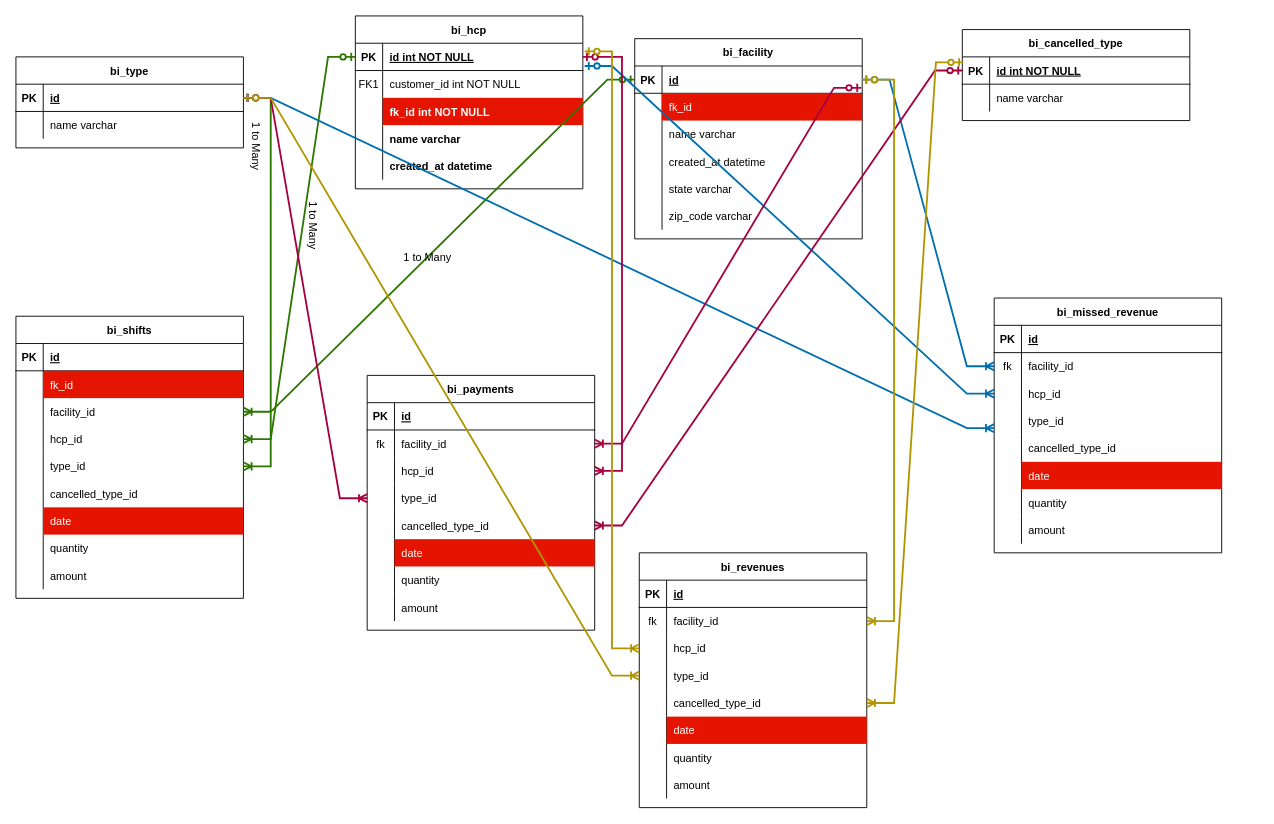
Earlier version of the draw.io diagram Untitled Diagram.drawio (venkatnr/ybm). Source tidied: cells renumbered, new cells numbered last; positions are measured from the earlier drawing's top-left corner, leaving out a move shared by most shapes. Both pictures are drawn from the tidied source at 91%, with x=0, y=0 at pixel (15, 15).
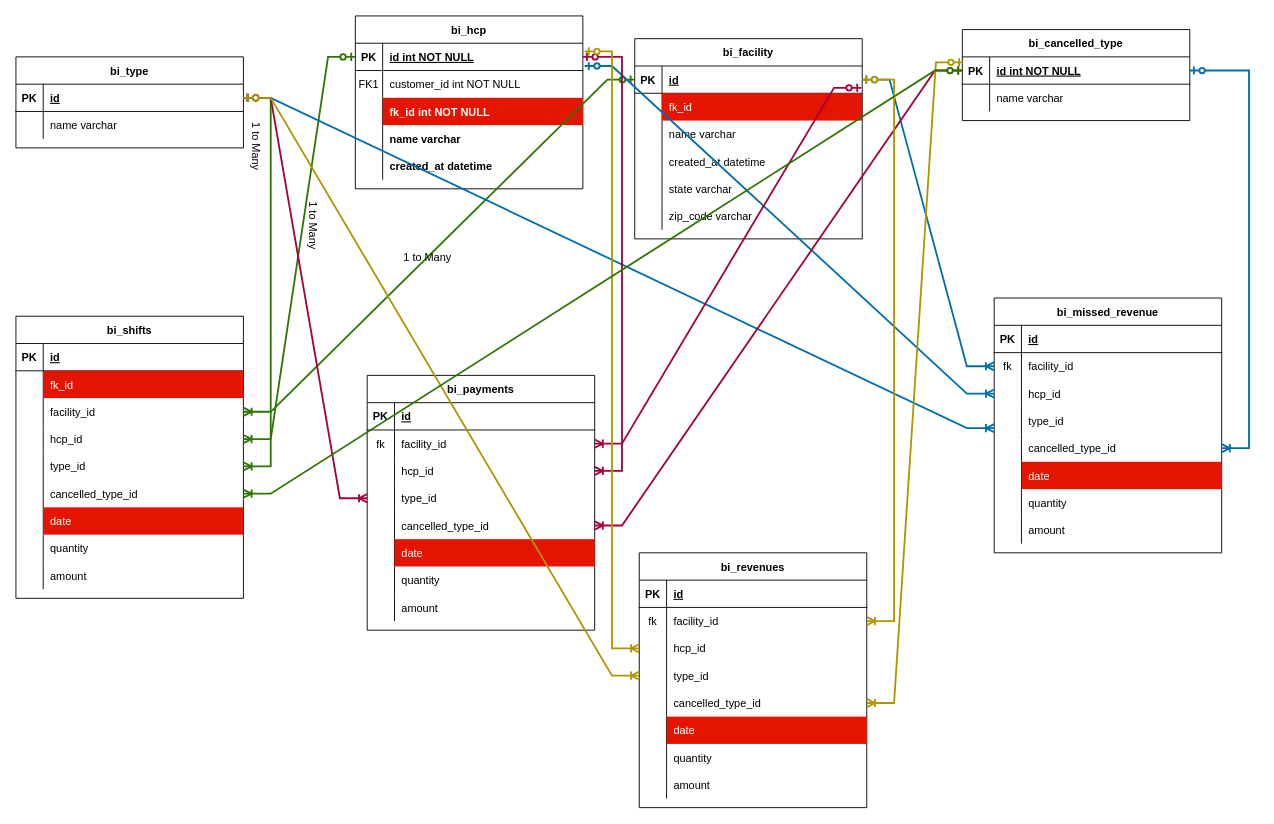
Above is the later version.

Unchanged cells that the change refers to:
```xml
<mxCell id="19" style="shape=partialRectangle;fillColor=none;points=[[0,0.5],[1,0.5]];portConstraint=eastwest;top=0;left=0;right=0;bottom=1;" parent="18" vertex="1">
  <mxGeometry y="30" width="250" height="30" as="geometry" />
</mxCell>
<mxCell id="67" style="shape=partialRectangle;fillColor=none;points=[[0,0.5],[1,0.5]];portConstraint=eastwest;top=0;left=0;right=0;bottom=0;" parent="51" vertex="1">
  <mxGeometry y="180" width="250" height="30" as="geometry" />
</mxCell>
<mxCell id="92" style="shape=partialRectangle;fillColor=none;points=[[0,0.5],[1,0.5]];portConstraint=eastwest;top=0;left=0;right=0;bottom=0;" parent="79" vertex="1">
  <mxGeometry y="150" width="250" height="30" as="geometry" />
</mxCell>
```

What changed in the source:
```diff
@@
+    <mxCell id="171" style="edgeStyle=entityRelationEdgeStyle;fontSize=12;html=1;endArrow=ERoneToMany;startArrow=ERzeroToOne;rounded=0;strokeWidth=2;fillColor=#60a917;strokeColor=#2D7600;" parent="1" edge="1" source="19" target="67">
+      <mxGeometry relative="1" as="geometry" />
+    </mxCell>
+    <mxCell id="172" style="edgeStyle=entityRelationEdgeStyle;fontSize=12;html=1;endArrow=ERoneToMany;startArrow=ERzeroToOne;rounded=0;strokeWidth=2;fillColor=#1ba1e2;strokeColor=#006EAF;exitX=1;exitY=0.5;exitDx=0;exitDy=0;" parent="1" edge="1" source="19" target="92">
+      <mxGeometry relative="1" as="geometry" />
+    </mxCell>
```
